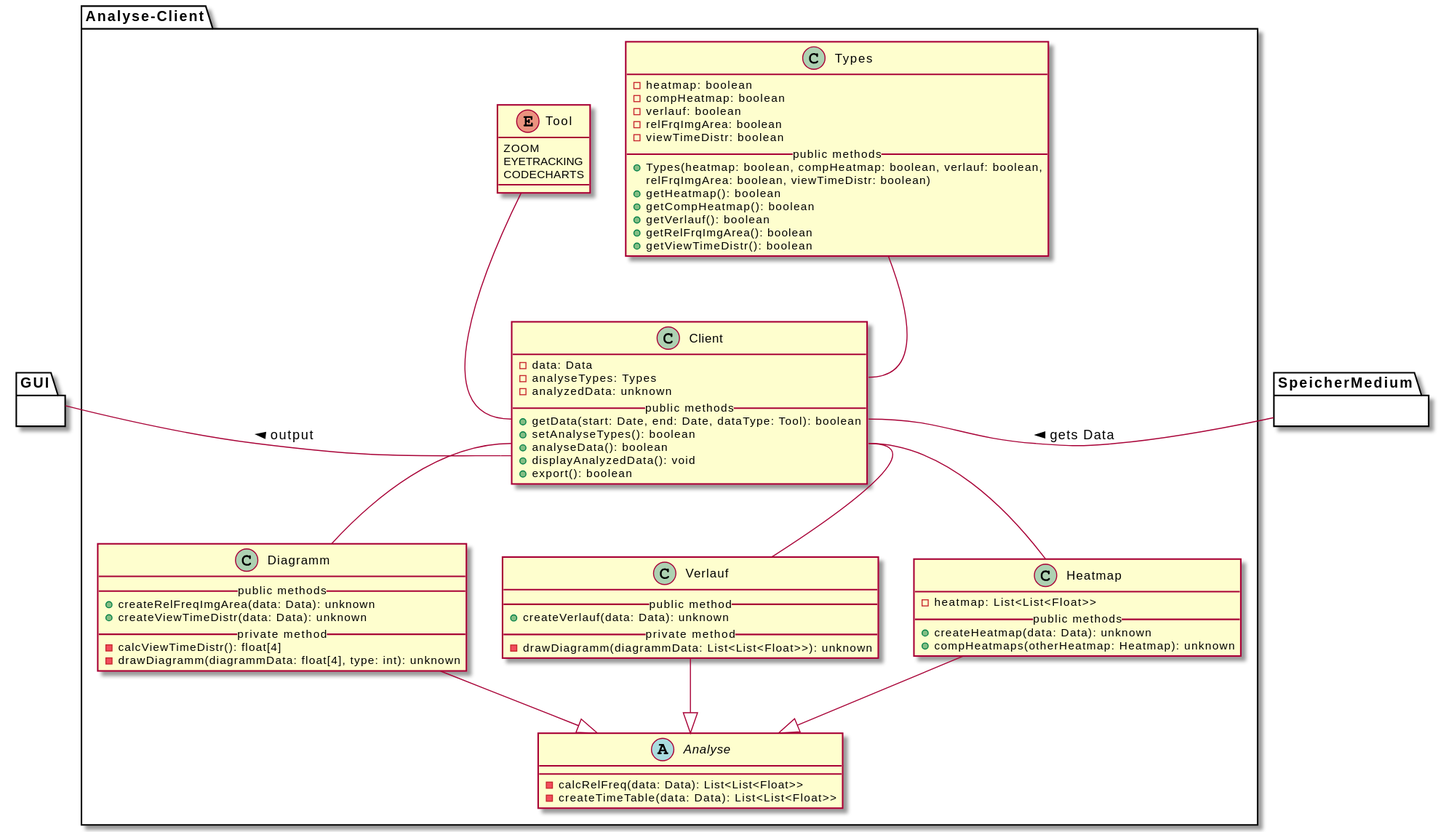
weichware10/meilensteine keeps this PlantUML diagram as meilenstein_03/uml-analyse-client/analyseclient.svg. Above is the earlier version. The source it was exported from:
```plantuml
@startuml
package Analyse-Client{

  class Client {
    - data: Data
    - analyseTypes: Types
    - analyzedData: unknown
    __public methods__
    + getData(start: Date, end: Date, dataType: Tool): boolean
    + setAnalyseTypes(): boolean
    + analyseData(): boolean
    + displayAnalyzedData(): void
    + export(): boolean
  }

  abstract Analyse {
    - calcRelFreq(data: Data): List<List<Float>>
    - createTimeTable(data: Data): List<List<Float>>
  }

  class Heatmap {
    - heatmap: List<List<Float>>
    __public methods__
    + createHeatmap(data: Data): unknown
    + compHeatmaps(otherHeatmap: Heatmap): unknown
  }

  class Verlauf {
    __public method__
    + createVerlauf(data: Data): unknown
    __private method__
    - drawDiagramm(diagrammData: List<List<Float>>): unknown
  }

  class Diagramm {
    __public methods__
    + createRelFreqImgArea(data: Data): unknown
    + createViewTimeDistr(data: Data): unknown
    __private method__
    - calcViewTimeDistr(): float[4]
    - drawDiagramm(diagrammData: float[4], type: int): unknown
  }

  class Types {
    - heatmap: boolean
    - compHeatmap: boolean
    - verlauf: boolean
    - relFrqImgArea: boolean
    - viewTimeDistr: boolean
    __public methods__
    + Types(heatmap: boolean, compHeatmap: boolean, verlauf: boolean,
     relFrqImgArea: boolean, viewTimeDistr: boolean)
    + getHeatmap(): boolean
    + getCompHeatmap(): boolean
    + getVerlauf(): boolean
    + getRelFrqImgArea(): boolean
    + getViewTimeDistr(): boolean
  }

  enum Tool {
    ZOOM
    EYETRACKING
    CODECHARTS
  }

  Analyse <|-u- Heatmap
  Analyse <|-u- Verlauf
  Analyse <|-u- Diagramm

  Client::getData -u- Tool
  Client::analyseTypes -u- Types
  Client::analyseData -d- Heatmap
  Client::analyseData -d- Verlauf
  Client::analyseData -d- Diagramm

  Client::getData -r- SpeicherMedium : < gets Data

}
package SpeicherMedium {}

package GUI {}

Client::displayAnalyzedData -l- GUI : > output
@enduml
```
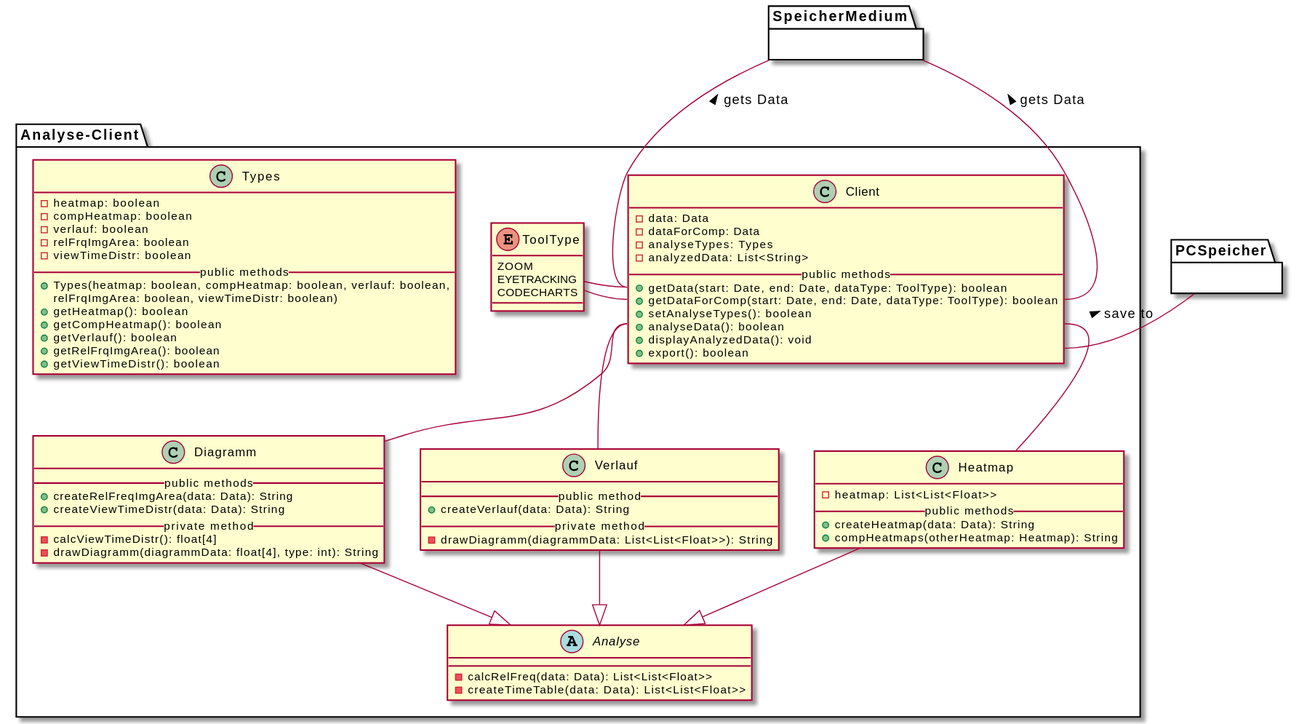
Above is the later version.

Commit message:
Render PlantUML SVGs

Diff of the diagram source:
```diff
@@ -3,10 +3,12 @@
 
   class Client {
     - data: Data
+    - dataForComp: Data
     - analyseTypes: Types
-    - analyzedData: unknown
+    - analyzedData: List<String>
     __public methods__
-    + getData(start: Date, end: Date, dataType: Tool): boolean
+    + getData(start: Date, end: Date, dataType: ToolType): boolean
+    + getDataForComp(start: Date, end: Date, dataType: ToolType): boolean
     + setAnalyseTypes(): boolean
     + analyseData(): boolean
     + displayAnalyzedData(): void
@@ -21,24 +23,24 @@
   class Heatmap {
     - heatmap: List<List<Float>>
     __public methods__
-    + createHeatmap(data: Data): unknown
-    + compHeatmaps(otherHeatmap: Heatmap): unknown
+    + createHeatmap(data: Data): String
+    + compHeatmaps(otherHeatmap: Heatmap): String
   }
 
   class Verlauf {
     __public method__
-    + createVerlauf(data: Data): unknown
+    + createVerlauf(data: Data): String
     __private method__
-    - drawDiagramm(diagrammData: List<List<Float>>): unknown
+    - drawDiagramm(diagrammData: List<List<Float>>): String
   }
 
   class Diagramm {
     __public methods__
-    + createRelFreqImgArea(data: Data): unknown
-    + createViewTimeDistr(data: Data): unknown
+    + createRelFreqImgArea(data: Data): String
+    + createViewTimeDistr(data: Data): String
     __private method__
     - calcViewTimeDistr(): float[4]
-    - drawDiagramm(diagrammData: float[4], type: int): unknown
+    - drawDiagramm(diagrammData: float[4], type: int): String
   }
 
   class Types {
@@ -57,7 +59,7 @@
     + getViewTimeDistr(): boolean
   }
 
-  enum Tool {
+  enum ToolType {
     ZOOM
     EYETRACKING
     CODECHARTS
@@ -67,18 +69,20 @@
   Analyse <|-u- Verlauf
   Analyse <|-u- Diagramm
 
-  Client::getData -u- Tool
-  Client::analyseTypes -u- Types
+  Client::getData -l- ToolType
+  Client::getDataForComp -l- ToolType
   Client::analyseData -d- Heatmap
   Client::analyseData -d- Verlauf
   Client::analyseData -d- Diagramm
 
-  Client::getData -r- SpeicherMedium : < gets Data
+  Client::getData -u- SpeicherMedium : > gets Data
+  Client::getDataForComp -u- SpeicherMedium : > gets Data
+  Client::export -r- PCSpeicher : > save to
 
 }
 package SpeicherMedium {}
 
-package GUI {}
+package PCSpeicher {}
 
-Client::displayAnalyzedData -l- GUI : > output
+
 @enduml
```
